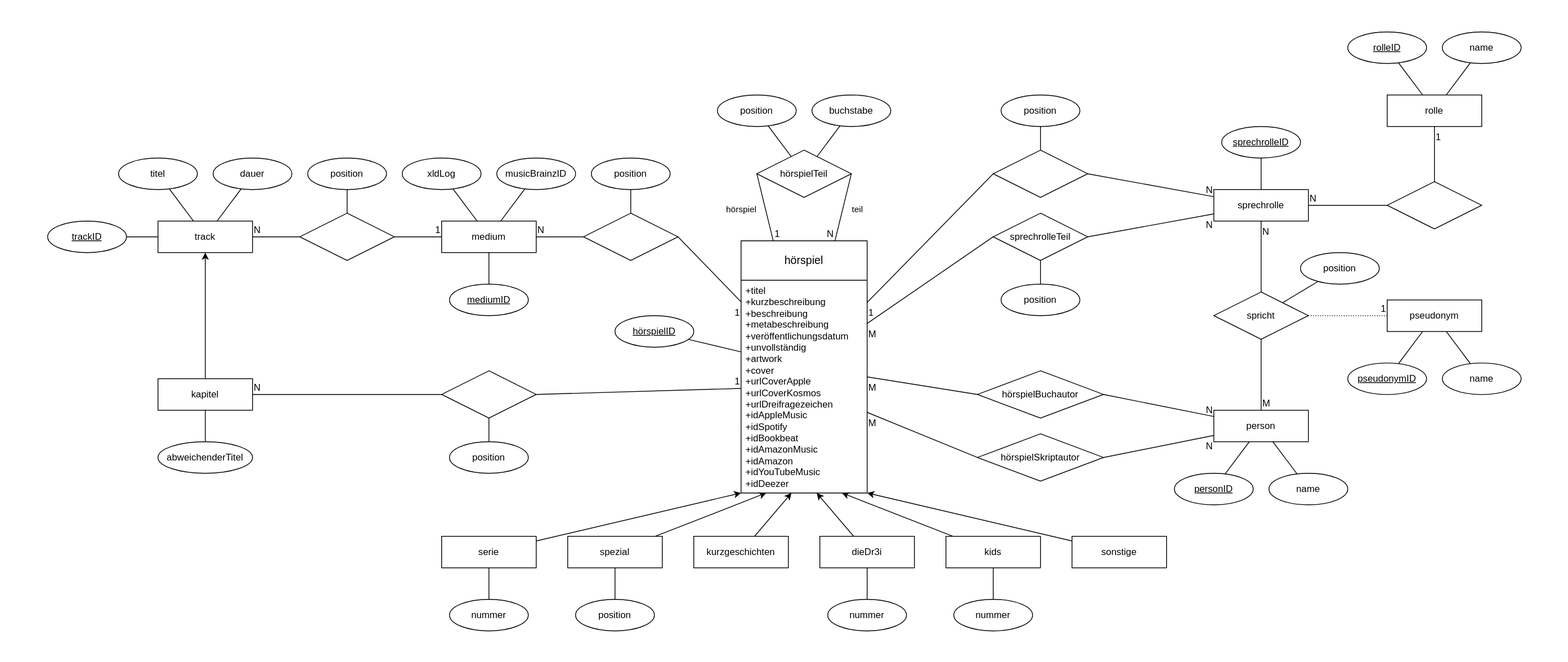
Above: model/relationalModel.svg in YourMJK/dreimetadaten (draw.io), before the change. Source tidied: cells renumbered, new cells last; positions are measured from the earlier drawing's top-left corner, leaving out a move shared by most shapes.
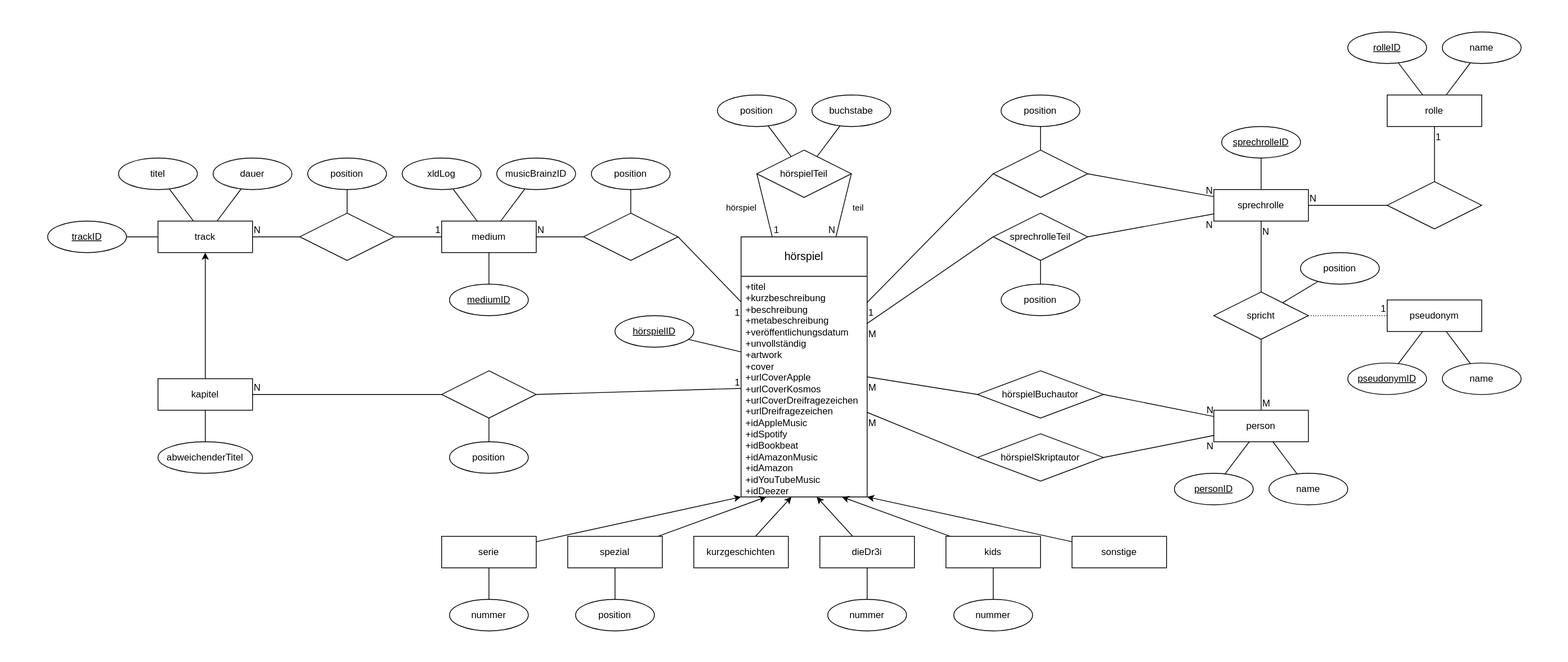
After the commit.

Commit message:
code: Added dreifragezeichen.de cover URLs to models

Change to the diagram source:
```diff
@@ -6,10 +6,10 @@
       <mxGeometry x="720" y="360" width="100" height="40" as="geometry" />
     </mxCell>
     <mxCell id="3" value="hörspiel" style="swimlane;horizontal=1;startSize=50;rounded=1;fontSize=14;fontStyle=0;strokeWidth=1;shadow=0;dashed=0;align=center;arcSize=0;whiteSpace=wrap;html=1;points=[[0,0,0,0,0],[0,0.25,0,0,0],[0,0.5,0,0,0],[0,0.75,0,0,0],[0,1,0,0,0],[0.2,1,0,0,0],[0.25,0,0,0,0],[0.4,1,0,0,0],[0.5,0,0,0,0],[0.6,1,0,0,0],[0.75,0,0,0,0],[0.8,1,0,0,0],[1,0,0,0,0],[1,0.25,0,0,0],[1,0.5,0,0,0],[1,0.75,0,0,0],[1,1,0,0,0]];" parent="1" vertex="1">
-      <mxGeometry x="880" y="265" width="160" height="320" as="geometry" />
+      <mxGeometry x="880" y="260" width="160" height="330" as="geometry" />
     </mxCell>
-    <mxCell id="4" value="&lt;div&gt;+titel&lt;br&gt;&lt;/div&gt;&lt;div&gt;+kurzbeschreibung&lt;/div&gt;&lt;div&gt;+beschreibung&lt;/div&gt;&lt;div&gt;+metabeschreibung&lt;/div&gt;&lt;div&gt;+veröffentlichungsdatum&lt;/div&gt;&lt;div&gt;+unvollständig&lt;/div&gt;&lt;div&gt;+artwork&lt;/div&gt;&lt;div&gt;+cover&lt;br&gt;&lt;/div&gt;&lt;div&gt;+urlCoverApple&lt;/div&gt;&lt;div&gt;+urlCoverKosmos&lt;/div&gt;&lt;div&gt;+urlDreifragezeichen&lt;/div&gt;&lt;div&gt;+idAppleMusic&lt;/div&gt;&lt;div&gt;+idSpotify&lt;/div&gt;&lt;div&gt;+idBookbeat&lt;/div&gt;&lt;div&gt;+idAmazonMusic&lt;br&gt;&lt;/div&gt;&lt;div&gt;+idAmazon&lt;br&gt;&lt;/div&gt;&lt;div&gt;+idYouTubeMusic&lt;/div&gt;&lt;div&gt;&lt;div&gt;+idDeezer&lt;/div&gt;&lt;/div&gt;" style="align=left;strokeColor=none;fillColor=none;spacingLeft=4;fontSize=12;verticalAlign=top;html=1;points=[[0,0,0,0,0],[0,0.25,0,0,0],[0,0.5,0,0,0],[0,0.75,0,0,0],[0,1,0,0,0],[0.2,1,0,0,0],[0.25,0,0,0,0],[0.4,1,0,0,0],[0.5,0,0,0,0],[0.6,1,0,0,0],[0.75,0,0,0,0],[0.8,1,0,0,0],[1,0,0,0,0],[1,0.25,0,0,0],[1,0.5,0,0,0],[1,0.75,0,0,0],[1,1,0,0,0]];" parent="3" vertex="1">
-      <mxGeometry y="50" width="160" height="270" as="geometry" />
+    <mxCell id="4" value="&lt;div&gt;+titel&lt;br&gt;&lt;/div&gt;&lt;div&gt;+kurzbeschreibung&lt;/div&gt;&lt;div&gt;+beschreibung&lt;/div&gt;&lt;div&gt;+metabeschreibung&lt;/div&gt;&lt;div&gt;+veröffentlichungsdatum&lt;/div&gt;&lt;div&gt;+unvollständig&lt;/div&gt;&lt;div&gt;+artwork&lt;/div&gt;&lt;div&gt;+cover&lt;br&gt;&lt;/div&gt;&lt;div&gt;+urlCoverApple&lt;/div&gt;&lt;div&gt;+urlCoverKosmos&lt;/div&gt;+urlCoverDreifragezeichen&lt;div&gt;+urlDreifragezeichen&lt;/div&gt;&lt;div&gt;+idAppleMusic&lt;/div&gt;&lt;div&gt;+idSpotify&lt;/div&gt;&lt;div&gt;+idBookbeat&lt;/div&gt;&lt;div&gt;+idAmazonMusic&lt;br&gt;&lt;/div&gt;&lt;div&gt;+idAmazon&lt;br&gt;&lt;/div&gt;&lt;div&gt;+idYouTubeMusic&lt;/div&gt;&lt;div&gt;&lt;div&gt;+idDeezer&lt;/div&gt;&lt;/div&gt;" style="align=left;strokeColor=none;fillColor=none;spacingLeft=4;fontSize=12;verticalAlign=top;html=1;points=[[0,0,0,0,0],[0,0.25,0,0,0],[0,0.5,0,0,0],[0,0.75,0,0,0],[0,1,0,0,0],[0.2,1,0,0,0],[0.25,0,0,0,0],[0.4,1,0,0,0],[0.5,0,0,0,0],[0.6,1,0,0,0],[0.75,0,0,0,0],[0.8,1,0,0,0],[1,0,0,0,0],[1,0.25,0,0,0],[1,0.5,0,0,0],[1,0.75,0,0,0],[1,1,0,0,0]];" parent="3" vertex="1">
+      <mxGeometry y="50" width="160" height="280" as="geometry" />
     </mxCell>
     <mxCell id="5" style="edgeStyle=orthogonalEdgeStyle;rounded=0;orthogonalLoop=1;jettySize=auto;html=1;exitX=0.5;exitY=1;exitDx=0;exitDy=0;" parent="3" edge="1" source="4" target="4">
       <mxGeometry relative="1" as="geometry" />
```
